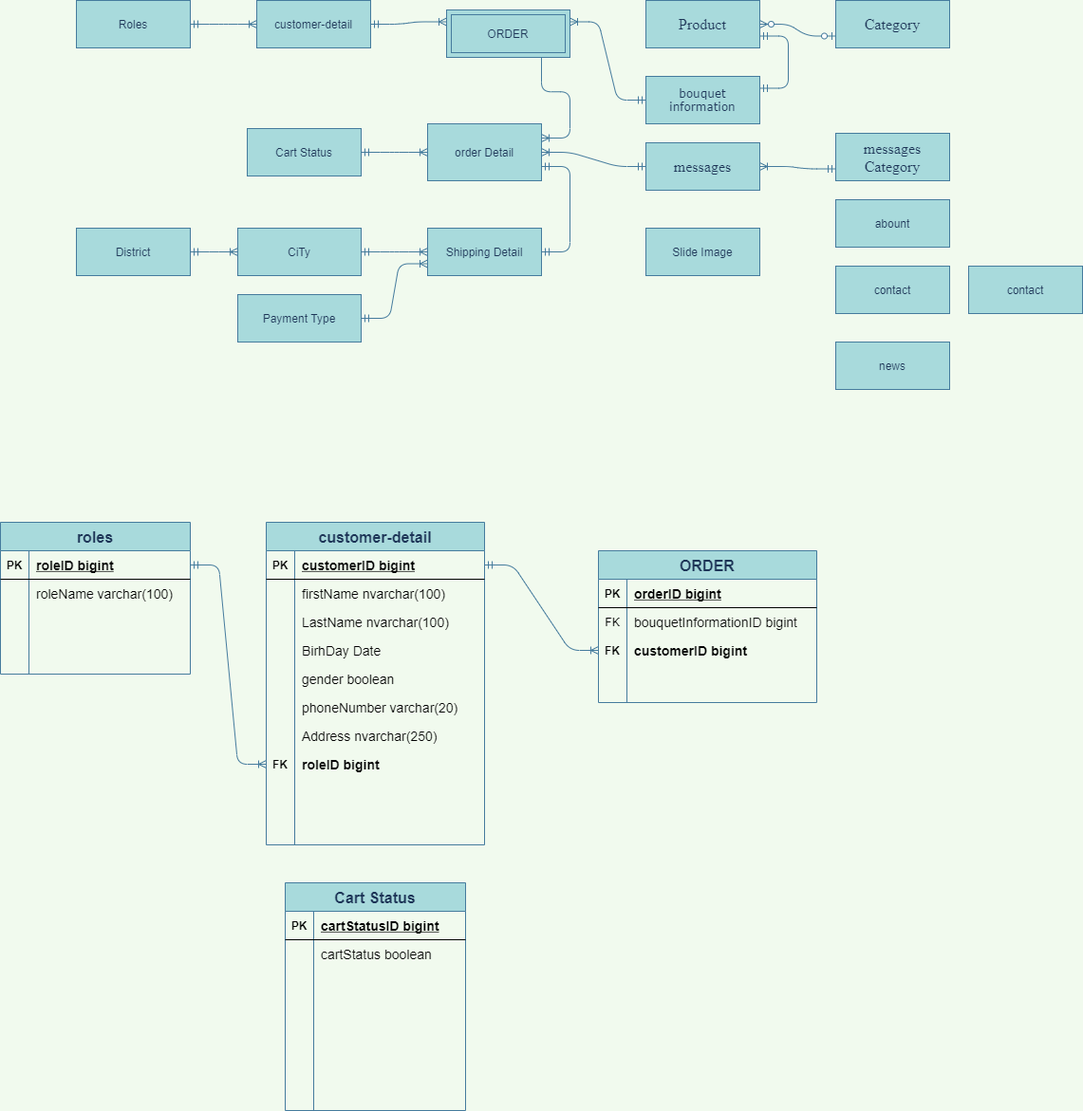
Before: Untitled Diagram.png, a diagram exported from draw.io (maialino123/Eproject-SEM3). Source tidied: cells renumbered, new cells last; positions are measured from the earlier drawing's top-left corner, leaving out a move shared by most shapes.
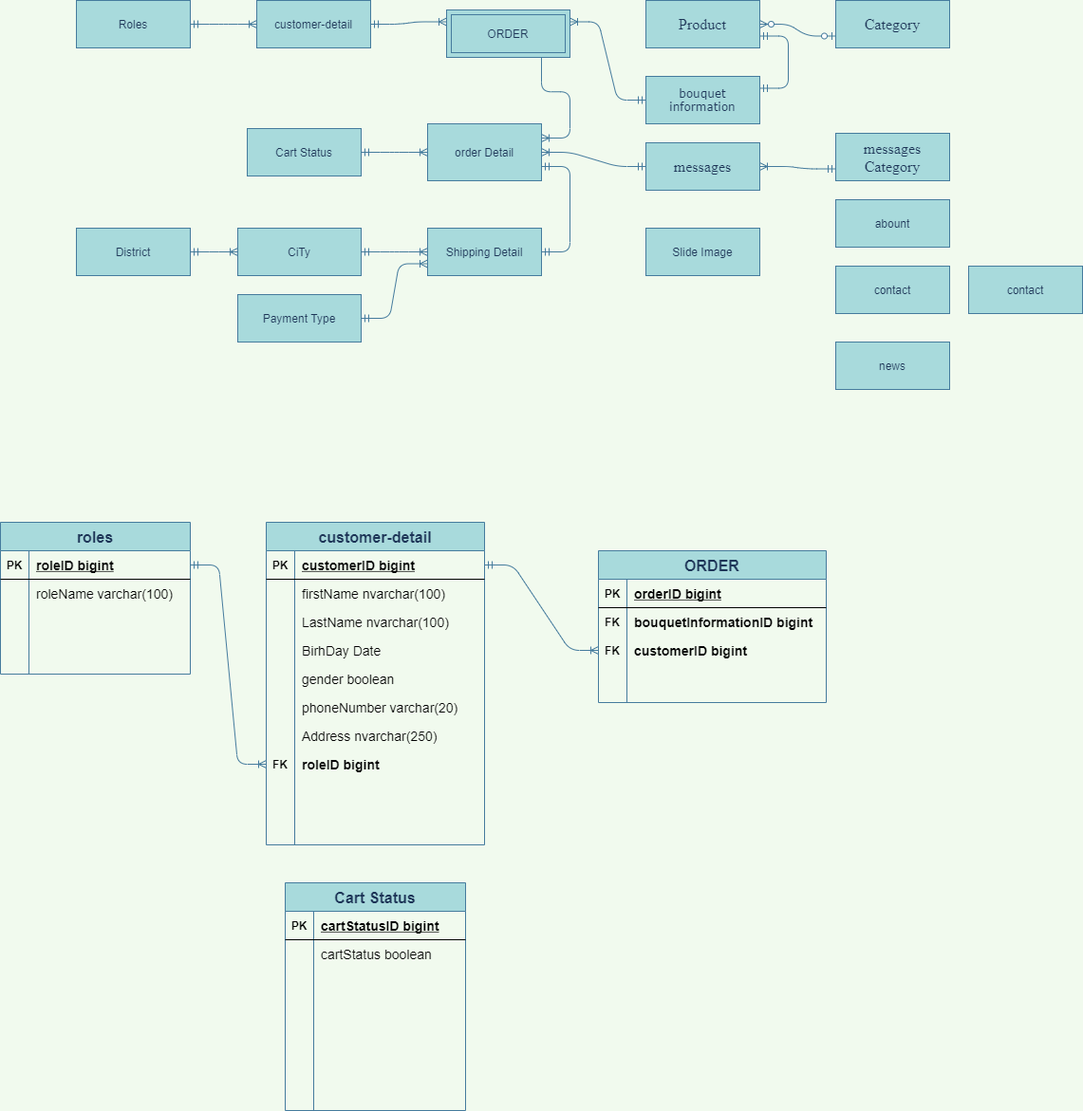
The same file after the commit.

Change to the diagram source:
```diff
@@ -282,43 +282,43 @@
       <mxGeometry relative="1" as="geometry" />
     </mxCell>
     <mxCell id="95" value="ORDER" style="shape=table;startSize=30;rowLines=0;fontStyle=1;align=center;rounded=0;sketch=0;fontSize=16;fontColor=#1D3557;strokeColor=#457B9D;fillColor=#A8DADC;" parent="1" vertex="1">
-      <mxGeometry x="630" y="580" width="230" height="160" as="geometry" />
+      <mxGeometry x="630" y="580" width="240" height="160" as="geometry" />
     </mxCell>
     <mxCell id="96" style="shape=partialRectangle;fillColor=none;top=0;left=0;bottom=1;right=0;" parent="95" vertex="1">
-      <mxGeometry y="30" width="230" height="30" as="geometry" />
+      <mxGeometry y="30" width="240" height="30" as="geometry" />
     </mxCell>
     <mxCell id="97" value="PK" style="shape=partialRectangle;fillColor=none;top=0;left=0;bottom=0;right=0;fontStyle=1;overflow=hidden;" parent="96" vertex="1">
       <mxGeometry width="30" height="30" as="geometry" />
     </mxCell>
     <mxCell id="98" value="orderID bigint" style="shape=partialRectangle;fillColor=none;top=0;left=0;bottom=0;right=0;align=left;spacingLeft=6;fontStyle=5;overflow=hidden;fontSize=14;" parent="96" vertex="1">
-      <mxGeometry x="30" width="200" height="30" as="geometry" />
+      <mxGeometry x="30" width="210" height="30" as="geometry" />
     </mxCell>
     <mxCell id="99" style="shape=partialRectangle;fillColor=none;top=0;left=0;bottom=0;right=0;" parent="95" vertex="1">
-      <mxGeometry y="60" width="230" height="30" as="geometry" />
+      <mxGeometry y="60" width="240" height="30" as="geometry" />
     </mxCell>
-    <mxCell id="100" value="FK" style="shape=partialRectangle;fillColor=none;top=0;left=0;bottom=0;right=0;overflow=hidden;" parent="99" vertex="1">
+    <mxCell id="100" value="FK" style="shape=partialRectangle;fillColor=none;top=0;left=0;bottom=0;right=0;overflow=hidden;fontStyle=1;" parent="99" vertex="1">
       <mxGeometry width="30" height="30" as="geometry" />
     </mxCell>
-    <mxCell id="101" value="bouquetInformationID bigint " style="shape=partialRectangle;fillColor=none;top=0;left=0;bottom=0;right=0;align=left;spacingLeft=6;overflow=hidden;fontSize=14;" parent="99" vertex="1">
-      <mxGeometry x="30" width="200" height="30" as="geometry" />
+    <mxCell id="101" value="bouquetInformationID bigint " style="shape=partialRectangle;fillColor=none;top=0;left=0;bottom=0;right=0;align=left;spacingLeft=6;overflow=hidden;fontSize=14;fontStyle=1;" parent="99" vertex="1">
+      <mxGeometry x="30" width="210" height="30" as="geometry" />
     </mxCell>
     <mxCell id="102" style="shape=partialRectangle;fillColor=none;top=0;left=0;bottom=0;right=0;points=[[0,0.5],[1,0.5]];portConstraint=eastwest;" parent="95" vertex="1">
-      <mxGeometry y="90" width="230" height="30" as="geometry" />
+      <mxGeometry y="90" width="240" height="30" as="geometry" />
     </mxCell>
     <mxCell id="103" value="FK" style="shape=partialRectangle;fillColor=none;top=0;left=0;bottom=0;right=0;overflow=hidden;fontStyle=1;" parent="102" vertex="1">
       <mxGeometry width="30" height="30" as="geometry" />
     </mxCell>
     <mxCell id="104" value="customerID bigint" style="shape=partialRectangle;fillColor=none;top=0;left=0;bottom=0;right=0;align=left;spacingLeft=6;overflow=hidden;fontSize=14;fontStyle=1;" parent="102" vertex="1">
-      <mxGeometry x="30" width="200" height="30" as="geometry" />
+      <mxGeometry x="30" width="210" height="30" as="geometry" />
     </mxCell>
     <mxCell id="105" style="shape=partialRectangle;fillColor=none;top=0;left=0;bottom=0;right=0;" parent="95" vertex="1">
-      <mxGeometry y="120" width="230" height="30" as="geometry" />
+      <mxGeometry y="120" width="240" height="30" as="geometry" />
     </mxCell>
     <mxCell id="106" style="shape=partialRectangle;fillColor=none;top=0;left=0;bottom=0;right=0;overflow=hidden;" parent="105" vertex="1">
       <mxGeometry width="30" height="30" as="geometry" />
     </mxCell>
     <mxCell id="107" style="shape=partialRectangle;fillColor=none;top=0;left=0;bottom=0;right=0;align=left;spacingLeft=6;overflow=hidden;" parent="105" vertex="1">
-      <mxGeometry x="30" width="200" height="30" as="geometry" />
+      <mxGeometry x="30" width="210" height="30" as="geometry" />
     </mxCell>
     <mxCell id="108" style="edgeStyle=entityRelationEdgeStyle;fontSize=12;html=1;endArrow=ERoneToMany;startArrow=ERmandOne;fontColor=#1D3557;strokeColor=#457B9D;fillColor=#A8DADC;labelBackgroundColor=#F1FAEE;exitX=1;exitY=0.5;exitDx=0;exitDy=0;entryX=0;entryY=0.5;entryDx=0;entryDy=0;" parent="1" edge="1" source="48" target="102">
       <mxGeometry relative="1" as="geometry" />
```
